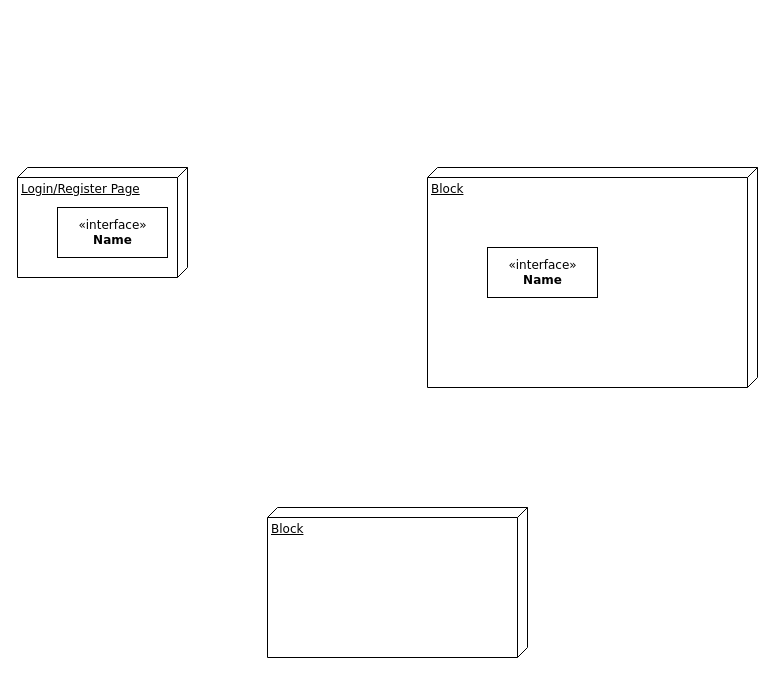
The draw.io diagram UML Diagramme/FlutterApp.drawio in PriXss/UMLDiagramme, before the edit. Source tidied: cells renumbered, new cells numbered last; positions are measured from the earlier drawing's top-left corner, leaving out a move shared by most shapes. Both pictures are drawn from the tidied source at 100%, with x=0, y=0 at pixel (17, 167).
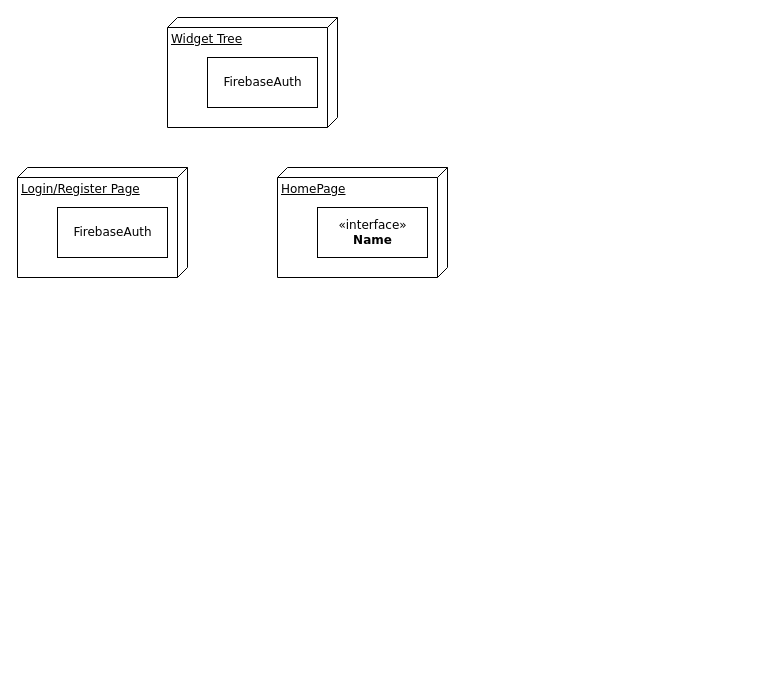
Above is the later version.

Diff of the diagram source:
```diff
@@
 <mxGraphModel>
   <root>
     <mxCell id="0" />
     <mxCell id="1" parent="0" />
     <mxCell id="2" value="Login/Register Page" style="verticalAlign=top;align=left;spacingTop=8;spacingLeft=2;spacingRight=12;shape=cube;size=10;direction=south;fontStyle=4;html=1;rounded=0;shadow=0;comic=0;labelBackgroundColor=none;strokeWidth=1;fontFamily=Verdana;fontSize=12;" parent="1" vertex="1">
       <mxGeometry width="170" height="110" as="geometry" />
     </mxCell>
-    <mxCell id="3" value="Block" style="verticalAlign=top;align=left;spacingTop=8;spacingLeft=2;spacingRight=12;shape=cube;size=10;direction=south;fontStyle=4;html=1;rounded=0;shadow=0;comic=0;labelBackgroundColor=none;strokeWidth=1;fontFamily=Verdana;fontSize=12;" parent="1" vertex="1">
-      <mxGeometry x="410" width="330" height="220" as="geometry" />
-    </mxCell>
-    <mxCell id="4" value="Block" style="verticalAlign=top;align=left;spacingTop=8;spacingLeft=2;spacingRight=12;shape=cube;size=10;direction=south;fontStyle=4;html=1;rounded=0;shadow=0;comic=0;labelBackgroundColor=none;strokeWidth=1;fontFamily=Verdana;fontSize=12;" parent="1" vertex="1">
-      <mxGeometry x="250" y="340" width="260" height="150" as="geometry" />
-    </mxCell>
-    <mxCell id="5" value="&amp;laquo;interface&amp;raquo;&lt;br&gt;&lt;b&gt;Name&lt;/b&gt;" style="html=1;rounded=0;shadow=0;comic=0;labelBackgroundColor=none;strokeWidth=1;fontFamily=Verdana;fontSize=12;align=center;" parent="1" vertex="1">
+    <mxCell id="5" value="FirebaseAuth&lt;br&gt;" style="html=1;rounded=0;shadow=0;comic=0;labelBackgroundColor=none;strokeWidth=1;fontFamily=Verdana;fontSize=12;align=center;" parent="1" vertex="1">
       <mxGeometry x="40" y="40" width="110" height="50" as="geometry" />
     </mxCell>
+    <mxCell id="7" value="HomePage" style="verticalAlign=top;align=left;spacingTop=8;spacingLeft=2;spacingRight=12;shape=cube;size=10;direction=south;fontStyle=4;html=1;rounded=0;shadow=0;comic=0;labelBackgroundColor=none;strokeWidth=1;fontFamily=Verdana;fontSize=12;" parent="1" vertex="1">
+      <mxGeometry x="260" width="170" height="110" as="geometry" />
+    </mxCell>
     <mxCell id="6" value="&amp;laquo;interface&amp;raquo;&lt;br&gt;&lt;b&gt;Name&lt;/b&gt;" style="html=1;rounded=0;shadow=0;comic=0;labelBackgroundColor=none;strokeWidth=1;fontFamily=Verdana;fontSize=12;align=center;" parent="1" vertex="1">
-      <mxGeometry x="470" y="80" width="110" height="50" as="geometry" />
+      <mxGeometry x="300" y="40" width="110" height="50" as="geometry" />
     </mxCell>
+    <mxCell id="8" value="Widget Tree" style="verticalAlign=top;align=left;spacingTop=8;spacingLeft=2;spacingRight=12;shape=cube;size=10;direction=south;fontStyle=4;html=1;rounded=0;shadow=0;comic=0;labelBackgroundColor=none;strokeWidth=1;fontFamily=Verdana;fontSize=12;" parent="1" vertex="1">
+      <mxGeometry x="150" y="-150" width="170" height="110" as="geometry" />
+    </mxCell>
+    <mxCell id="9" value="FirebaseAuth&lt;br&gt;" style="html=1;rounded=0;shadow=0;comic=0;labelBackgroundColor=none;strokeWidth=1;fontFamily=Verdana;fontSize=12;align=center;" parent="1" vertex="1">
+      <mxGeometry x="190" y="-110" width="110" height="50" as="geometry" />
+    </mxCell>
   </root>
 </mxGraphModel>
```
